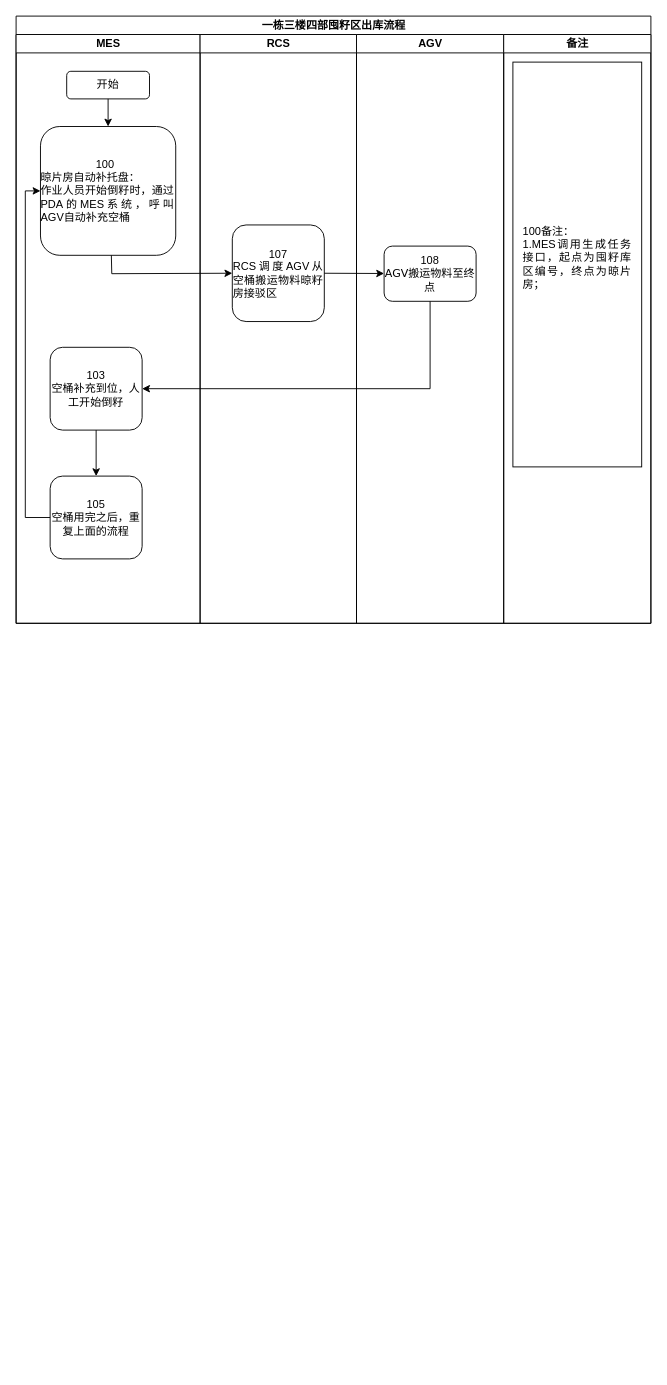
Before: page "一栋三楼四部囤籽区出库流程" (9 of 18) of data/伍子醉-无MES业务流程图.drawio in chenyanxi/hosts, a draw.io diagram. Source tidied: cells renumbered, new cells numbered last; positions are measured from the earlier drawing's top-left corner, leaving out a move shared by most shapes. Both pictures are drawn from the tidied source at 92%, with x=0, y=0 at pixel (16, 16).
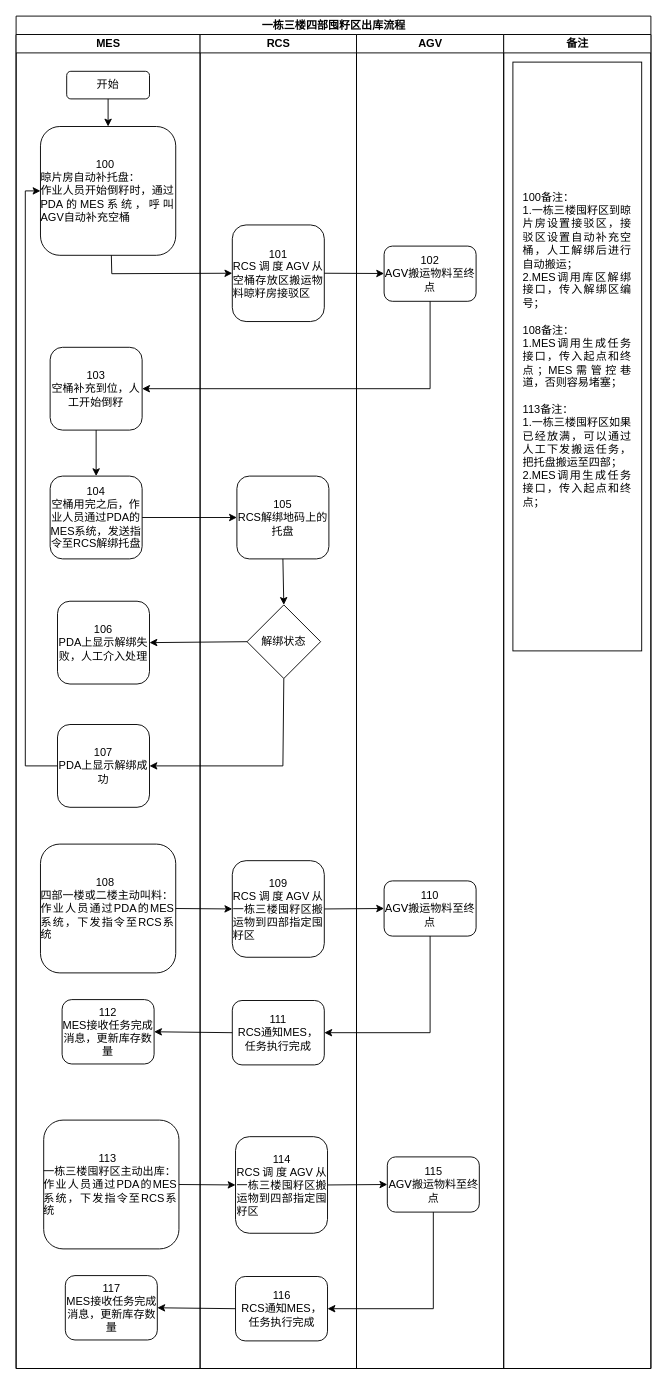
The same page after the edit.

The change refers to these unchanged cells:
```xml
<mxCell id="6" value="&lt;div style=&quot;text-align: justify;&quot;&gt;&lt;span style=&quot;font-size: 12px; font-family: Helvetica; background-color: initial;&quot;&gt;&amp;nbsp; &amp;nbsp; &amp;nbsp; &amp;nbsp; &amp;nbsp; &amp;nbsp; &amp;nbsp; &amp;nbsp; &amp;nbsp; 100&lt;/span&gt;&lt;/div&gt;&lt;font style=&quot;font-size: 12px;&quot; face=&quot;Helvetica&quot;&gt;&lt;div style=&quot;text-align: justify;&quot;&gt;&lt;span style=&quot;background-color: initial;&quot;&gt;晾片房自动补托盘：&lt;/span&gt;&lt;/div&gt;&lt;/font&gt;&lt;div style=&quot;text-align: justify;&quot;&gt;&lt;font style=&quot;font-size: 12px;&quot; face=&quot;Helvetica&quot;&gt;作业人员开始倒籽时，通过PDA的MES系统，呼叫AGV自动补充空桶&lt;/font&gt;&lt;/div&gt;" style="rounded=1;whiteSpace=wrap;html=1;shadow=0;labelBackgroundColor=none;strokeWidth=1;fontFamily=Verdana;fontSize=8;align=right;" parent="3" vertex="1">
  <mxGeometry x="26.5" y="100" width="147" height="140" as="geometry" />
</mxCell>
```

Change to the diagram source:
```diff
@@
     <mxCell id="2" value="&lt;font style=&quot;font-size: 12px;&quot;&gt;一栋三楼四部囤籽区出库流程&lt;/font&gt;" style="swimlane;html=1;startSize=20;rounded=0;shadow=0;labelBackgroundColor=none;strokeWidth=1;fontFamily=Verdana;fontSize=8;align=center;" parent="1" vertex="1">
-      <mxGeometry width="690" height="660" as="geometry" />
+      <mxGeometry width="690" height="1470" as="geometry" />
     </mxCell>
     <mxCell id="3" value="MES" style="swimlane;html=1;startSize=20;" parent="2" vertex="1">
-      <mxGeometry y="20" width="200" height="640" as="geometry" />
+      <mxGeometry y="20" width="200" height="1450" as="geometry" />
     </mxCell>
@@
-    <mxCell id="8" value="&lt;div&gt;&lt;font face=&quot;Helvetica&quot; style=&quot;font-size: 12px;&quot;&gt;105&lt;/font&gt;&lt;/div&gt;&lt;font face=&quot;Helvetica&quot;&gt;&lt;span style=&quot;font-size: 12px;&quot;&gt;空桶用完之后，重复上面的流程&lt;/span&gt;&lt;/font&gt;" style="rounded=1;whiteSpace=wrap;html=1;shadow=0;labelBackgroundColor=none;strokeWidth=1;fontFamily=Verdana;fontSize=8;align=center;" parent="3" vertex="1">
+    <mxCell id="8" value="&lt;div&gt;&lt;font face=&quot;Helvetica&quot; style=&quot;font-size: 12px;&quot;&gt;104&lt;/font&gt;&lt;/div&gt;&lt;font face=&quot;Helvetica&quot;&gt;&lt;span style=&quot;font-size: 12px;&quot;&gt;空桶用完之后，作业人员通过PDA的MES系统，发送指令至RCS解绑托盘&lt;/span&gt;&lt;/font&gt;" style="rounded=1;whiteSpace=wrap;html=1;shadow=0;labelBackgroundColor=none;strokeWidth=1;fontFamily=Verdana;fontSize=8;align=center;" parent="3" vertex="1">
       <mxGeometry x="37" y="480" width="100" height="90" as="geometry" />
     </mxCell>
@@
-    <mxCell id="10" style="endArrow=classic;html=1;rounded=0;exitX=0;exitY=0.5;exitDx=0;exitDy=0;entryX=0;entryY=0.5;entryDx=0;entryDy=0;" parent="3" edge="1" source="8" target="6">
-      <mxGeometry relative="1" as="geometry">
-        <Array as="points">
-          <mxPoint x="10" y="525" />
-          <mxPoint x="10" y="170" />
-        </Array>
-      </mxGeometry>
-    </mxCell>
+    <mxCell id="20" value="&lt;div&gt;&lt;font face=&quot;Helvetica&quot; style=&quot;font-size: 12px;&quot;&gt;106&lt;/font&gt;&lt;/div&gt;&lt;font face=&quot;Helvetica&quot;&gt;&lt;span style=&quot;font-size: 12px;&quot;&gt;PDA上显示解绑失败，人工介入处理&lt;/span&gt;&lt;/font&gt;" style="rounded=1;whiteSpace=wrap;html=1;shadow=0;labelBackgroundColor=none;strokeWidth=1;fontFamily=Verdana;fontSize=8;align=center;" parent="3" vertex="1">
+      <mxGeometry x="45" y="616" width="100" height="90" as="geometry" />
+    </mxCell>
+    <mxCell id="21" value="&lt;div&gt;&lt;font face=&quot;Helvetica&quot; style=&quot;font-size: 12px;&quot;&gt;107&lt;/font&gt;&lt;/div&gt;&lt;font face=&quot;Helvetica&quot;&gt;&lt;span style=&quot;font-size: 12px;&quot;&gt;PDA上显示解绑成功&lt;/span&gt;&lt;/font&gt;" style="rounded=1;whiteSpace=wrap;html=1;shadow=0;labelBackgroundColor=none;strokeWidth=1;fontFamily=Verdana;fontSize=8;align=center;" parent="3" vertex="1">
+      <mxGeometry x="45" y="750" width="100" height="90" as="geometry" />
+    </mxCell>
+    <mxCell id="22" style="endArrow=classic;html=1;rounded=0;exitX=0;exitY=0.5;exitDx=0;exitDy=0;entryX=0;entryY=0.5;entryDx=0;entryDy=0;" parent="3" edge="1" source="21" target="6">
+      <mxGeometry relative="1" as="geometry">
+        <Array as="points">
+          <mxPoint x="10" y="795" />
+          <mxPoint x="10" y="170" />
+        </Array>
+      </mxGeometry>
+    </mxCell>
+    <mxCell id="23" value="&lt;div style=&quot;text-align: justify;&quot;&gt;&lt;span style=&quot;font-size: 12px; font-family: Helvetica; background-color: initial;&quot;&gt;&amp;nbsp; &amp;nbsp; &amp;nbsp; &amp;nbsp; &amp;nbsp; &amp;nbsp; &amp;nbsp; &amp;nbsp; &amp;nbsp; 108&lt;/span&gt;&lt;/div&gt;&lt;font style=&quot;font-size: 12px;&quot; face=&quot;Helvetica&quot;&gt;&lt;div style=&quot;text-align: justify;&quot;&gt;&lt;span style=&quot;background-color: initial;&quot;&gt;四部一楼或二楼主动叫料：&lt;/span&gt;&lt;/div&gt;&lt;/font&gt;&lt;div style=&quot;text-align: justify;&quot;&gt;&lt;font style=&quot;font-size: 12px;&quot; face=&quot;Helvetica&quot;&gt;作业人员通过PDA的MES系统，下发指令至RCS系统&lt;/font&gt;&lt;/div&gt;" style="rounded=1;whiteSpace=wrap;html=1;shadow=0;labelBackgroundColor=none;strokeWidth=1;fontFamily=Verdana;fontSize=8;align=right;" parent="3" vertex="1">
+      <mxGeometry x="26.5" y="880" width="147" height="140" as="geometry" />
+    </mxCell>
+    <mxCell id="24" value="&lt;font style=&quot;font-size: 12px;&quot; face=&quot;Helvetica&quot;&gt;112&lt;/font&gt;&lt;div&gt;&lt;span style=&quot;font-family: Helvetica; font-size: 12px;&quot;&gt;MES接收任务完成消息，更新库存数量&lt;/span&gt;&lt;/div&gt;" style="rounded=1;whiteSpace=wrap;html=1;shadow=0;labelBackgroundColor=none;strokeWidth=1;fontFamily=Verdana;fontSize=8;align=center;" parent="3" vertex="1">
+      <mxGeometry x="50" y="1049" width="100" height="70" as="geometry" />
+    </mxCell>
     <mxCell id="11" value="RCS" style="swimlane;html=1;startSize=20;" parent="2" vertex="1">
-      <mxGeometry x="200" y="20" width="170" height="640" as="geometry" />
+      <mxGeometry x="200" y="20" width="170" height="1450" as="geometry" />
     </mxCell>
-    <mxCell id="12" value="&lt;font style=&quot;font-size: 12px;&quot; face=&quot;Helvetica&quot;&gt;107&lt;/font&gt;&lt;div style=&quot;text-align: justify;&quot;&gt;&lt;font style=&quot;font-size: 12px;&quot; face=&quot;Helvetica&quot;&gt;RCS调度AGV从空桶&lt;/font&gt;&lt;font style=&quot;font-size: 12px;&quot; face=&quot;Helvetica&quot;&gt;搬运物料晾籽房接驳区&lt;/font&gt;&lt;/div&gt;" style="rounded=1;whiteSpace=wrap;html=1;shadow=0;labelBackgroundColor=none;strokeWidth=1;fontFamily=Verdana;fontSize=8;align=center;" parent="11" vertex="1">
+    <mxCell id="12" value="&lt;font style=&quot;font-size: 12px;&quot; face=&quot;Helvetica&quot;&gt;101&lt;/font&gt;&lt;div style=&quot;text-align: justify;&quot;&gt;&lt;font style=&quot;font-size: 12px;&quot; face=&quot;Helvetica&quot;&gt;RCS调度AGV从空桶存放区&lt;/font&gt;&lt;font style=&quot;font-size: 12px;&quot; face=&quot;Helvetica&quot;&gt;搬运物料晾籽房接驳区&lt;/font&gt;&lt;/div&gt;" style="rounded=1;whiteSpace=wrap;html=1;shadow=0;labelBackgroundColor=none;strokeWidth=1;fontFamily=Verdana;fontSize=8;align=center;" parent="11" vertex="1">
       <mxGeometry x="35" y="207" width="100" height="105" as="geometry" />
     </mxCell>
+    <mxCell id="25" value="&lt;div&gt;&lt;font face=&quot;Helvetica&quot; style=&quot;font-size: 12px;&quot;&gt;105&lt;/font&gt;&lt;/div&gt;&lt;font face=&quot;Helvetica&quot;&gt;&lt;span style=&quot;font-size: 12px;&quot;&gt;RCS解绑地码上的托盘&lt;/span&gt;&lt;/font&gt;" style="rounded=1;whiteSpace=wrap;html=1;shadow=0;labelBackgroundColor=none;strokeWidth=1;fontFamily=Verdana;fontSize=8;align=center;" parent="11" vertex="1">
+      <mxGeometry x="40" y="480" width="100" height="90" as="geometry" />
+    </mxCell>
+    <mxCell id="26" value="解绑状态" style="rhombus;whiteSpace=wrap;html=1;" parent="11" vertex="1">
+      <mxGeometry x="51" y="620" width="80" height="80" as="geometry" />
+    </mxCell>
+    <mxCell id="27" style="endArrow=classic;html=1;rounded=0;exitX=0.5;exitY=1;exitDx=0;exitDy=0;entryX=0.5;entryY=0;entryDx=0;entryDy=0;" parent="11" edge="1" source="25" target="26">
+      <mxGeometry relative="1" as="geometry" />
+    </mxCell>
+    <mxCell id="28" value="&lt;font style=&quot;font-size: 12px;&quot; face=&quot;Helvetica&quot;&gt;109&lt;/font&gt;&lt;div style=&quot;text-align: justify;&quot;&gt;&lt;font style=&quot;font-size: 12px;&quot; face=&quot;Helvetica&quot;&gt;RCS调度AGV从一栋三楼囤籽区&lt;/font&gt;&lt;font style=&quot;font-size: 12px;&quot; face=&quot;Helvetica&quot;&gt;搬运物到四部指定囤籽区&lt;/font&gt;&lt;/div&gt;" style="rounded=1;whiteSpace=wrap;html=1;shadow=0;labelBackgroundColor=none;strokeWidth=1;fontFamily=Verdana;fontSize=8;align=center;" parent="11" vertex="1">
+      <mxGeometry x="35" y="898" width="100" height="105" as="geometry" />
+    </mxCell>
+    <mxCell id="29" value="&lt;font style=&quot;font-size: 12px;&quot; face=&quot;Helvetica&quot;&gt;111&lt;/font&gt;&lt;div&gt;&lt;font style=&quot;font-size: 12px;&quot; face=&quot;Helvetica&quot;&gt;RCS通知MES，任务执行完成&lt;/font&gt;&lt;/div&gt;" style="rounded=1;whiteSpace=wrap;html=1;shadow=0;labelBackgroundColor=none;strokeWidth=1;fontFamily=Verdana;fontSize=8;align=center;" parent="11" vertex="1">
+      <mxGeometry x="35" y="1050" width="100" height="70" as="geometry" />
+    </mxCell>
     <mxCell id="13" value="AGV" style="swimlane;html=1;startSize=20;" parent="2" vertex="1">
-      <mxGeometry x="370" y="20" width="160" height="640" as="geometry" />
+      <mxGeometry x="370" y="20" width="160" height="1450" as="geometry" />
     </mxCell>
-    <mxCell id="14" value="&lt;font style=&quot;font-size: 12px;&quot; face=&quot;Helvetica&quot;&gt;108&lt;/font&gt;&lt;div&gt;&lt;font style=&quot;font-size: 12px;&quot;&gt;AGV搬运物料至终点&lt;/font&gt;&lt;/div&gt;" style="rounded=1;whiteSpace=wrap;html=1;shadow=0;labelBackgroundColor=none;strokeWidth=1;fontFamily=Verdana;fontSize=8;align=center;" parent="13" vertex="1">
+    <mxCell id="14" value="&lt;font style=&quot;font-size: 12px;&quot; face=&quot;Helvetica&quot;&gt;102&lt;/font&gt;&lt;div&gt;&lt;font style=&quot;font-size: 12px;&quot;&gt;AGV搬运物料至终点&lt;/font&gt;&lt;/div&gt;" style="rounded=1;whiteSpace=wrap;html=1;shadow=0;labelBackgroundColor=none;strokeWidth=1;fontFamily=Verdana;fontSize=8;align=center;" parent="13" vertex="1">
       <mxGeometry x="30" y="230" width="100" height="60" as="geometry" />
     </mxCell>
+    <mxCell id="30" value="&lt;font style=&quot;font-size: 12px;&quot; face=&quot;Helvetica&quot;&gt;110&lt;/font&gt;&lt;div&gt;&lt;font style=&quot;font-size: 12px;&quot;&gt;AGV搬运物料至终点&lt;/font&gt;&lt;/div&gt;" style="rounded=1;whiteSpace=wrap;html=1;shadow=0;labelBackgroundColor=none;strokeWidth=1;fontFamily=Verdana;fontSize=8;align=center;" parent="13" vertex="1">
+      <mxGeometry x="30" y="920" width="100" height="60" as="geometry" />
+    </mxCell>
     <mxCell id="15" value="备注" style="swimlane;html=1;startSize=20;" parent="2" vertex="1">
-      <mxGeometry x="530" y="20" width="160" height="640" as="geometry" />
+      <mxGeometry x="530" y="20" width="160" height="1450" as="geometry" />
     </mxCell>
-    <mxCell id="16" value="&lt;div style=&quot;text-align: justify;&quot;&gt;&lt;div&gt;100备注：&lt;/div&gt;&lt;div&gt;1.&lt;span style=&quot;background-color: initial; text-align: center;&quot;&gt;MES调用生成任务接口，起点为囤籽库区编号，终点为晾片房；&lt;/span&gt;&lt;/div&gt;&lt;div&gt;&lt;br&gt;&lt;/div&gt;&lt;/div&gt;" style="rounded=0;whiteSpace=wrap;html=1;spacingTop=5;spacingLeft=10;spacingBottom=5;spacingRight=10;" parent="15" vertex="1">
-      <mxGeometry x="10" y="30" width="140" height="440" as="geometry" />
+    <mxCell id="16" value="&lt;div style=&quot;&quot;&gt;&lt;div style=&quot;text-align: justify;&quot;&gt;100备注：&lt;/div&gt;&lt;div style=&quot;text-align: justify;&quot;&gt;1.一栋三楼囤籽区到晾片房设置接驳区，接驳区设置自动补充空桶，人工解绑后进行自动搬运；&lt;/div&gt;&lt;div style=&quot;text-align: justify;&quot;&gt;2.MES调用库区解绑接口，传入解绑区编号；&lt;/div&gt;&lt;div style=&quot;text-align: justify;&quot;&gt;&lt;br&gt;&lt;/div&gt;&lt;div style=&quot;text-align: justify;&quot;&gt;108备注：&lt;/div&gt;&lt;div style=&quot;text-align: justify;&quot;&gt;1.MES调用生成任务接口，传入起点和终点；MES需管控巷道，否则容易堵塞；&lt;/div&gt;&lt;div style=&quot;text-align: justify;&quot;&gt;&lt;br&gt;&lt;/div&gt;&lt;div style=&quot;text-align: justify;&quot;&gt;113备注：&lt;/div&gt;&lt;div style=&quot;text-align: justify;&quot;&gt;1.一栋三楼囤籽区如果已经放满，可以通过人工下发搬运任务，把托盘搬运至四部；&lt;/div&gt;&lt;div style=&quot;text-align: justify;&quot;&gt;2.MES调用生成任务接口，传入起点和终点；&lt;/div&gt;&lt;div style=&quot;text-align: justify;&quot;&gt;&lt;br&gt;&lt;/div&gt;&lt;/div&gt;" style="rounded=0;whiteSpace=wrap;html=1;spacingTop=5;spacingLeft=10;spacingBottom=5;spacingRight=10;" parent="15" vertex="1">
+      <mxGeometry x="10" y="30" width="140" height="640" as="geometry" />
     </mxCell>
@@
+    <mxCell id="31" style="endArrow=classic;html=1;rounded=0;exitX=0;exitY=0.5;exitDx=0;exitDy=0;entryX=1;entryY=0.5;entryDx=0;entryDy=0;" parent="2" edge="1" source="26" target="20">
+      <mxGeometry relative="1" as="geometry" />
+    </mxCell>
+    <mxCell id="32" style="endArrow=classic;html=1;rounded=0;exitX=0.5;exitY=1;exitDx=0;exitDy=0;entryX=1;entryY=0.5;entryDx=0;entryDy=0;" parent="2" edge="1" source="26" target="21">
+      <mxGeometry relative="1" as="geometry">
+        <Array as="points">
+          <mxPoint x="290" y="815" />
+        </Array>
+      </mxGeometry>
+    </mxCell>
+    <mxCell id="33" style="endArrow=classic;html=1;rounded=0;exitX=1;exitY=0.5;exitDx=0;exitDy=0;entryX=0;entryY=0.5;entryDx=0;entryDy=0;" parent="2" edge="1" source="8" target="25">
+      <mxGeometry relative="1" as="geometry" />
+    </mxCell>
+    <mxCell id="34" style="endArrow=classic;html=1;rounded=0;exitX=1;exitY=0.5;exitDx=0;exitDy=0;entryX=0;entryY=0.5;entryDx=0;entryDy=0;" parent="2" edge="1" source="23" target="28">
+      <mxGeometry relative="1" as="geometry" />
+    </mxCell>
+    <mxCell id="35" style="endArrow=classic;html=1;rounded=0;exitX=1;exitY=0.5;exitDx=0;exitDy=0;entryX=0;entryY=0.5;entryDx=0;entryDy=0;" parent="2" edge="1" source="28" target="30">
+      <mxGeometry relative="1" as="geometry" />
+    </mxCell>
+    <mxCell id="36" style="endArrow=classic;html=1;rounded=0;exitX=0.5;exitY=1;exitDx=0;exitDy=0;entryX=1;entryY=0.5;entryDx=0;entryDy=0;" parent="2" edge="1" source="30" target="29">
+      <mxGeometry relative="1" as="geometry">
+        <Array as="points">
+          <mxPoint x="450" y="1105" />
+        </Array>
+      </mxGeometry>
+    </mxCell>
+    <mxCell id="37" style="endArrow=classic;html=1;rounded=0;exitX=0;exitY=0.5;exitDx=0;exitDy=0;entryX=1;entryY=0.5;entryDx=0;entryDy=0;" parent="2" edge="1" source="29" target="24">
+      <mxGeometry relative="1" as="geometry" />
+    </mxCell>
+    <mxCell id="38" value="&lt;div style=&quot;text-align: justify;&quot;&gt;&lt;span style=&quot;font-size: 12px; font-family: Helvetica; background-color: initial;&quot;&gt;&amp;nbsp; &amp;nbsp; &amp;nbsp; &amp;nbsp; &amp;nbsp; &amp;nbsp; &amp;nbsp; &amp;nbsp; &amp;nbsp; 113&lt;/span&gt;&lt;/div&gt;&lt;font style=&quot;font-size: 12px;&quot; face=&quot;Helvetica&quot;&gt;&lt;div style=&quot;text-align: justify;&quot;&gt;&lt;span style=&quot;background-color: initial;&quot;&gt;一栋三楼囤籽区主动出库：&lt;/span&gt;&lt;/div&gt;&lt;/font&gt;&lt;div style=&quot;text-align: justify;&quot;&gt;&lt;font style=&quot;font-size: 12px;&quot; face=&quot;Helvetica&quot;&gt;作业人员通过PDA的MES系统，下发指令至RCS系统&lt;/font&gt;&lt;/div&gt;" style="rounded=1;whiteSpace=wrap;html=1;shadow=0;labelBackgroundColor=none;strokeWidth=1;fontFamily=Verdana;fontSize=8;align=right;" parent="1" vertex="1">
+      <mxGeometry x="30" y="1200" width="147" height="140" as="geometry" />
+    </mxCell>
+    <mxCell id="39" value="&lt;font style=&quot;font-size: 12px;&quot; face=&quot;Helvetica&quot;&gt;117&lt;/font&gt;&lt;div&gt;&lt;span style=&quot;font-family: Helvetica; font-size: 12px;&quot;&gt;MES接收任务完成消息，更新库存数量&lt;/span&gt;&lt;/div&gt;" style="rounded=1;whiteSpace=wrap;html=1;shadow=0;labelBackgroundColor=none;strokeWidth=1;fontFamily=Verdana;fontSize=8;align=center;" parent="1" vertex="1">
+      <mxGeometry x="53.5" y="1369" width="100" height="70" as="geometry" />
+    </mxCell>
+    <mxCell id="40" value="&lt;font style=&quot;font-size: 12px;&quot; face=&quot;Helvetica&quot;&gt;114&lt;/font&gt;&lt;div style=&quot;text-align: justify;&quot;&gt;&lt;font style=&quot;font-size: 12px;&quot; face=&quot;Helvetica&quot;&gt;RCS调度AGV从一栋三楼囤籽区&lt;/font&gt;&lt;font style=&quot;font-size: 12px;&quot; face=&quot;Helvetica&quot;&gt;搬运物到四部指定囤籽区&lt;/font&gt;&lt;/div&gt;" style="rounded=1;whiteSpace=wrap;html=1;shadow=0;labelBackgroundColor=none;strokeWidth=1;fontFamily=Verdana;fontSize=8;align=center;" parent="1" vertex="1">
+      <mxGeometry x="238.5" y="1218" width="100" height="105" as="geometry" />
+    </mxCell>
+    <mxCell id="41" value="&lt;font style=&quot;font-size: 12px;&quot; face=&quot;Helvetica&quot;&gt;116&lt;/font&gt;&lt;div&gt;&lt;font style=&quot;font-size: 12px;&quot; face=&quot;Helvetica&quot;&gt;RCS通知MES，任务执行完成&lt;/font&gt;&lt;/div&gt;" style="rounded=1;whiteSpace=wrap;html=1;shadow=0;labelBackgroundColor=none;strokeWidth=1;fontFamily=Verdana;fontSize=8;align=center;" parent="1" vertex="1">
+      <mxGeometry x="238.5" y="1370" width="100" height="70" as="geometry" />
+    </mxCell>
+    <mxCell id="42" value="&lt;font style=&quot;font-size: 12px;&quot; face=&quot;Helvetica&quot;&gt;115&lt;/font&gt;&lt;div&gt;&lt;font style=&quot;font-size: 12px;&quot;&gt;AGV搬运物料至终点&lt;/font&gt;&lt;/div&gt;" style="rounded=1;whiteSpace=wrap;html=1;shadow=0;labelBackgroundColor=none;strokeWidth=1;fontFamily=Verdana;fontSize=8;align=center;" parent="1" vertex="1">
+      <mxGeometry x="403.5" y="1240" width="100" height="60" as="geometry" />
+    </mxCell>
+    <mxCell id="43" style="endArrow=classic;html=1;rounded=0;exitX=1;exitY=0.5;exitDx=0;exitDy=0;entryX=0;entryY=0.5;entryDx=0;entryDy=0;" parent="1" edge="1" source="38" target="40">
+      <mxGeometry relative="1" as="geometry" />
+    </mxCell>
+    <mxCell id="44" style="endArrow=classic;html=1;rounded=0;exitX=1;exitY=0.5;exitDx=0;exitDy=0;entryX=0;entryY=0.5;entryDx=0;entryDy=0;" parent="1" edge="1" source="40" target="42">
+      <mxGeometry relative="1" as="geometry" />
+    </mxCell>
+    <mxCell id="45" style="endArrow=classic;html=1;rounded=0;exitX=0.5;exitY=1;exitDx=0;exitDy=0;entryX=1;entryY=0.5;entryDx=0;entryDy=0;" parent="1" edge="1" source="42" target="41">
+      <mxGeometry relative="1" as="geometry">
+        <Array as="points">
+          <mxPoint x="453.5" y="1405" />
+        </Array>
+      </mxGeometry>
+    </mxCell>
+    <mxCell id="46" style="endArrow=classic;html=1;rounded=0;exitX=0;exitY=0.5;exitDx=0;exitDy=0;entryX=1;entryY=0.5;entryDx=0;entryDy=0;" parent="1" edge="1" source="41" target="39">
+      <mxGeometry relative="1" as="geometry" />
+    </mxCell>
```
